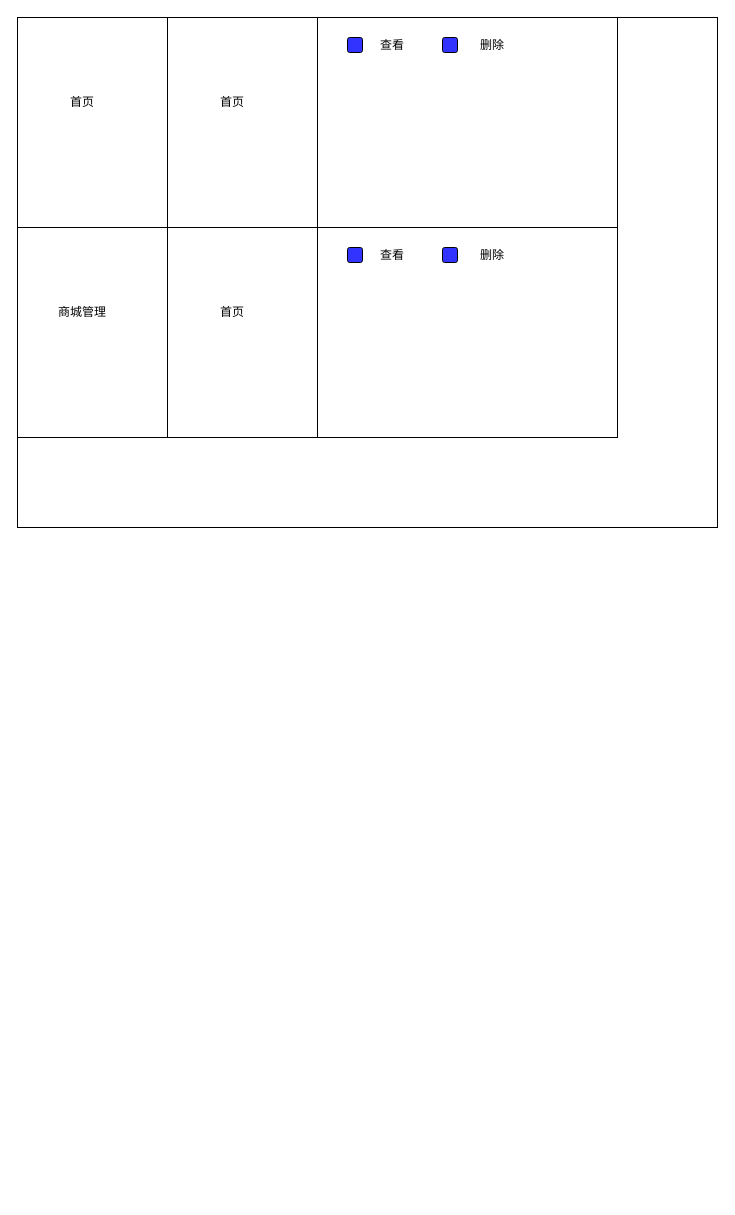
Before: vuejs6/src/view_admin/home/oss_草稿图1.drawio in astmain/sys_back_vue, a draw.io diagram. Source tidied: cells renumbered, new cells numbered last; positions are measured from the earlier drawing's top-left corner, leaving out a move shared by most shapes. Both pictures are drawn from the tidied source at 100%, with x=0, y=0 at pixel (17, 17).
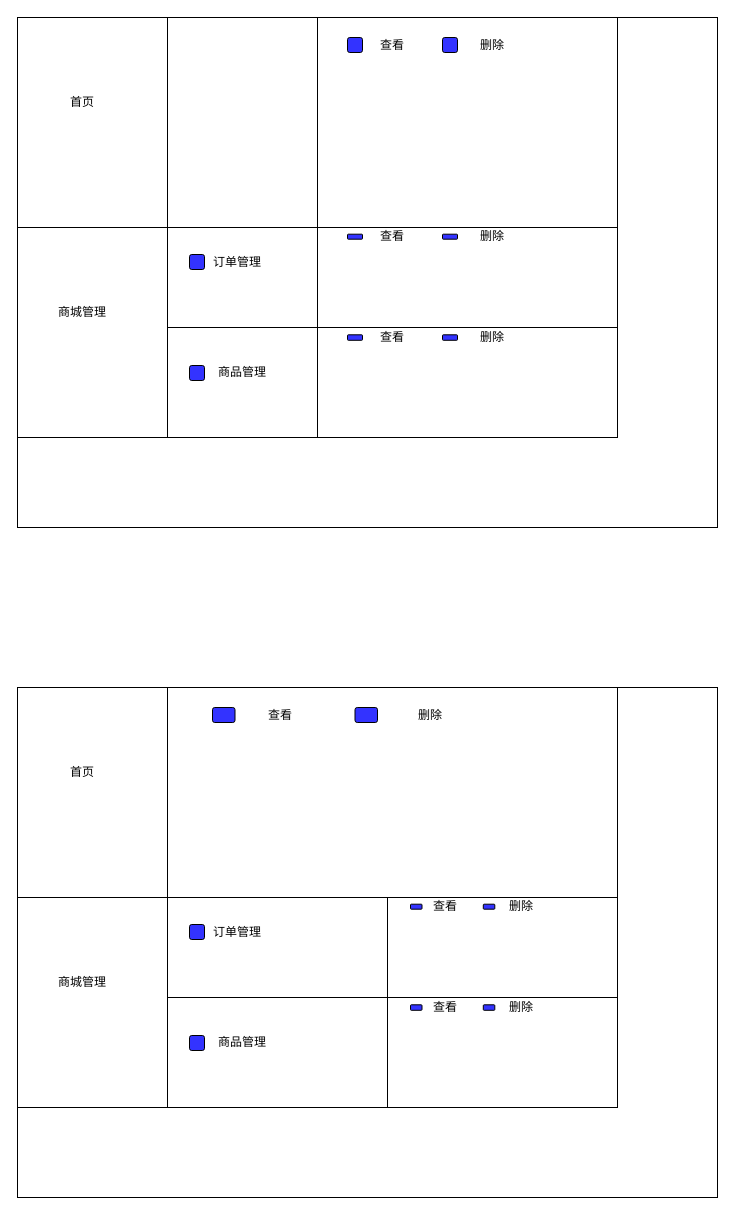
Above is the later version.

The edit, as a diff of the source:
```diff
@@
     <mxCell id="10" style="group;" parent="1" vertex="1">
-      <mxGeometry x="300" y="210" width="300" height="210" as="geometry" />
+      <mxGeometry x="300" y="210" width="300" height="100" as="geometry" />
     </mxCell>
     <mxCell id="11" style="rounded=0;whiteSpace=wrap;html=1;" parent="10" vertex="1">
-      <mxGeometry width="300" height="210" as="geometry" />
+      <mxGeometry width="300" height="100" as="geometry" />
     </mxCell>
     <mxCell id="12" style="group;" parent="10" vertex="1">
-      <mxGeometry x="30" y="20" width="175" height="15" as="geometry" />
+      <mxGeometry x="30" y="6.7" width="175" height="5" as="geometry" />
     </mxCell>
     <mxCell id="13" value="删除" style="text;html=1;align=center;verticalAlign=middle;whiteSpace=wrap;rounded=0;" parent="12" vertex="1">
-      <mxGeometry x="115" width="60" height="15" as="geometry" />
+      <mxGeometry x="115" width="60" height="5" as="geometry" />
     </mxCell>
     <mxCell id="14" style="rounded=1;whiteSpace=wrap;html=1;fillColor=#3333FF;" parent="12" vertex="1">
-      <mxGeometry x="95" width="15" height="15" as="geometry" />
+      <mxGeometry x="95" width="15" height="5" as="geometry" />
     </mxCell>
     <mxCell id="15" value="查看" style="text;html=1;align=center;verticalAlign=middle;whiteSpace=wrap;rounded=0;" parent="12" vertex="1">
-      <mxGeometry x="15" width="60" height="15" as="geometry" />
+      <mxGeometry x="15" width="60" height="5" as="geometry" />
     </mxCell>
     <mxCell id="16" style="rounded=1;whiteSpace=wrap;html=1;fillColor=#3333FF;" parent="12" vertex="1">
-      <mxGeometry width="15" height="15" as="geometry" />
+      <mxGeometry width="15" height="5" as="geometry" />
     </mxCell>
@@
-    <mxCell id="23" style="group;" parent="1" vertex="1">
-      <mxGeometry x="150" y="210" width="150" height="210" as="geometry" />
-    </mxCell>
+    <mxCell id="26" style="group;" parent="1" vertex="1">
+      <mxGeometry x="150" width="150" height="210" as="geometry" />
+    </mxCell>
+    <mxCell id="27" style="rounded=0;whiteSpace=wrap;html=1;" parent="26" vertex="1">
+      <mxGeometry width="150" height="210" as="geometry" />
+    </mxCell>
-    <mxCell id="24" style="rounded=0;whiteSpace=wrap;html=1;" parent="23" vertex="1">
-      <mxGeometry width="150" height="210" as="geometry" />
+    <mxCell id="24" style="rounded=0;whiteSpace=wrap;html=1;" parent="1" vertex="1">
+      <mxGeometry x="150" y="210" width="150" height="100" as="geometry" />
     </mxCell>
-    <mxCell id="25" value="首页" style="text;html=1;align=center;verticalAlign=middle;whiteSpace=wrap;rounded=0;" parent="23" vertex="1">
-      <mxGeometry x="35" y="70" width="60" height="30" as="geometry" />
+    <mxCell id="25" value="订单管理" style="text;html=1;align=center;verticalAlign=middle;whiteSpace=wrap;rounded=0;" parent="1" vertex="1">
+      <mxGeometry x="190" y="230" width="60" height="30" as="geometry" />
     </mxCell>
-    <mxCell id="26" style="group;" parent="1" vertex="1">
-      <mxGeometry x="150" width="150" height="210" as="geometry" />
-    </mxCell>
-    <mxCell id="27" style="rounded=0;whiteSpace=wrap;html=1;" parent="26" vertex="1">
-      <mxGeometry width="150" height="210" as="geometry" />
-    </mxCell>
+    <mxCell id="29" style="rounded=0;whiteSpace=wrap;html=1;" parent="1" vertex="1">
+      <mxGeometry x="150" y="310" width="150" height="110" as="geometry" />
+    </mxCell>
+    <mxCell id="30" value="商品管理" style="text;html=1;align=center;verticalAlign=middle;whiteSpace=wrap;rounded=0;" parent="1" vertex="1">
+      <mxGeometry x="195" y="340" width="60" height="30" as="geometry" />
+    </mxCell>
+    <mxCell id="31" style="group;" parent="1" vertex="1">
+      <mxGeometry x="300" y="310" width="300" height="110" as="geometry" />
+    </mxCell>
+    <mxCell id="32" style="rounded=0;whiteSpace=wrap;html=1;" parent="31" vertex="1">
+      <mxGeometry width="300" height="110" as="geometry" />
+    </mxCell>
+    <mxCell id="33" style="group;" parent="31" vertex="1">
+      <mxGeometry x="30" y="7.3" width="175" height="5.5" as="geometry" />
+    </mxCell>
+    <mxCell id="34" value="删除" style="text;html=1;align=center;verticalAlign=middle;whiteSpace=wrap;rounded=0;" parent="33" vertex="1">
+      <mxGeometry x="115" width="60" height="5.5" as="geometry" />
+    </mxCell>
+    <mxCell id="35" style="rounded=1;whiteSpace=wrap;html=1;fillColor=#3333FF;" parent="33" vertex="1">
+      <mxGeometry x="95" width="15" height="5.5" as="geometry" />
+    </mxCell>
+    <mxCell id="36" value="查看" style="text;html=1;align=center;verticalAlign=middle;whiteSpace=wrap;rounded=0;" parent="33" vertex="1">
+      <mxGeometry x="15" width="60" height="5.5" as="geometry" />
+    </mxCell>
+    <mxCell id="37" style="rounded=1;whiteSpace=wrap;html=1;fillColor=#3333FF;" parent="33" vertex="1">
+      <mxGeometry width="15" height="5.5" as="geometry" />
+    </mxCell>
+    <mxCell id="38" style="rounded=1;whiteSpace=wrap;html=1;fillColor=#3333FF;" parent="1" vertex="1">
+      <mxGeometry x="172" y="237" width="15" height="15" as="geometry" />
+    </mxCell>
+    <mxCell id="39" style="rounded=1;whiteSpace=wrap;html=1;fillColor=#3333FF;" parent="1" vertex="1">
+      <mxGeometry x="172" y="348" width="15" height="15" as="geometry" />
+    </mxCell>
+    <mxCell id="40" style="rounded=0;whiteSpace=wrap;html=1;" parent="1" vertex="1">
+      <mxGeometry y="670" width="700" height="510" as="geometry" />
+    </mxCell>
+    <mxCell id="41" style="group;" parent="1" vertex="1">
+      <mxGeometry x="150" y="670" width="450" height="210" as="geometry" />
+    </mxCell>
+    <mxCell id="42" style="rounded=0;whiteSpace=wrap;html=1;" parent="41" vertex="1">
+      <mxGeometry width="450" height="210" as="geometry" />
+    </mxCell>
+    <mxCell id="43" style="group;" parent="41" vertex="1">
+      <mxGeometry x="45" y="20" width="262.5" height="15" as="geometry" />
+    </mxCell>
+    <mxCell id="44" value="删除" style="text;html=1;align=center;verticalAlign=middle;whiteSpace=wrap;rounded=0;" parent="43" vertex="1">
+      <mxGeometry x="172.5" width="90" height="15" as="geometry" />
+    </mxCell>
+    <mxCell id="45" style="rounded=1;whiteSpace=wrap;html=1;fillColor=#3333FF;" parent="43" vertex="1">
+      <mxGeometry x="142.5" width="22.5" height="15" as="geometry" />
+    </mxCell>
+    <mxCell id="46" value="查看" style="text;html=1;align=center;verticalAlign=middle;whiteSpace=wrap;rounded=0;" parent="43" vertex="1">
+      <mxGeometry x="22.5" width="90" height="15" as="geometry" />
+    </mxCell>
+    <mxCell id="47" style="rounded=1;whiteSpace=wrap;html=1;fillColor=#3333FF;" parent="43" vertex="1">
+      <mxGeometry width="22.5" height="15" as="geometry" />
+    </mxCell>
+    <mxCell id="48" style="group;" parent="1" vertex="1">
+      <mxGeometry x="370" y="880" width="230" height="100" as="geometry" />
+    </mxCell>
+    <mxCell id="49" style="rounded=0;whiteSpace=wrap;html=1;" parent="48" vertex="1">
+      <mxGeometry width="230" height="100" as="geometry" />
+    </mxCell>
+    <mxCell id="50" style="group;" parent="48" vertex="1">
+      <mxGeometry x="23" y="6.7" width="134.2" height="5" as="geometry" />
+    </mxCell>
+    <mxCell id="51" value="删除" style="text;html=1;align=center;verticalAlign=middle;whiteSpace=wrap;rounded=0;" parent="50" vertex="1">
+      <mxGeometry x="88.2" width="46" height="5" as="geometry" />
+    </mxCell>
+    <mxCell id="52" style="rounded=1;whiteSpace=wrap;html=1;fillColor=#3333FF;" parent="50" vertex="1">
+      <mxGeometry x="72.8" width="11.5" height="5" as="geometry" />
+    </mxCell>
+    <mxCell id="53" value="查看" style="text;html=1;align=center;verticalAlign=middle;whiteSpace=wrap;rounded=0;" parent="50" vertex="1">
+      <mxGeometry x="11.5" width="46" height="5" as="geometry" />
+    </mxCell>
+    <mxCell id="54" style="rounded=1;whiteSpace=wrap;html=1;fillColor=#3333FF;" parent="50" vertex="1">
+      <mxGeometry width="11.5" height="5" as="geometry" />
+    </mxCell>
+    <mxCell id="55" style="group;" parent="1" vertex="1">
+      <mxGeometry y="670" width="150" height="420" as="geometry" />
+    </mxCell>
+    <mxCell id="56" style="rounded=0;whiteSpace=wrap;html=1;" parent="55" vertex="1">
+      <mxGeometry width="150" height="210" as="geometry" />
+    </mxCell>
-    <mxCell id="28" value="首页" style="text;html=1;align=center;verticalAlign=middle;whiteSpace=wrap;rounded=0;" parent="26" vertex="1">
+    <mxCell id="28" value="首页" style="text;html=1;align=center;verticalAlign=middle;whiteSpace=wrap;rounded=0;" parent="55" vertex="1">
       <mxGeometry x="35" y="70" width="60" height="30" as="geometry" />
     </mxCell>
+    <mxCell id="57" style="group;" parent="55" vertex="1">
+      <mxGeometry y="210" width="150" height="210" as="geometry" />
+    </mxCell>
+    <mxCell id="58" style="rounded=0;whiteSpace=wrap;html=1;" parent="57" vertex="1">
+      <mxGeometry width="150" height="210" as="geometry" />
+    </mxCell>
+    <mxCell id="59" value="商城管理" style="text;html=1;align=center;verticalAlign=middle;whiteSpace=wrap;rounded=0;" parent="57" vertex="1">
+      <mxGeometry x="35" y="70" width="60" height="30" as="geometry" />
+    </mxCell>
+    <mxCell id="60" style="rounded=0;whiteSpace=wrap;html=1;" parent="1" vertex="1">
+      <mxGeometry x="150" y="880" width="220" height="100" as="geometry" />
+    </mxCell>
+    <mxCell id="61" value="订单管理" style="text;html=1;align=center;verticalAlign=middle;whiteSpace=wrap;rounded=0;" parent="1" vertex="1">
+      <mxGeometry x="190" y="900" width="60" height="30" as="geometry" />
+    </mxCell>
+    <mxCell id="62" style="rounded=0;whiteSpace=wrap;html=1;" parent="1" vertex="1">
+      <mxGeometry x="150" y="980" width="220" height="110" as="geometry" />
+    </mxCell>
+    <mxCell id="63" value="商品管理" style="text;html=1;align=center;verticalAlign=middle;whiteSpace=wrap;rounded=0;" parent="1" vertex="1">
+      <mxGeometry x="195" y="1010" width="60" height="30" as="geometry" />
+    </mxCell>
+    <mxCell id="64" style="group;" parent="1" vertex="1">
+      <mxGeometry x="370" y="980" width="230" height="110" as="geometry" />
+    </mxCell>
+    <mxCell id="65" style="rounded=0;whiteSpace=wrap;html=1;" parent="64" vertex="1">
+      <mxGeometry width="230" height="110" as="geometry" />
+    </mxCell>
+    <mxCell id="66" style="group;" parent="64" vertex="1">
+      <mxGeometry x="23" y="7.3" width="134.2" height="5.5" as="geometry" />
+    </mxCell>
+    <mxCell id="67" value="删除" style="text;html=1;align=center;verticalAlign=middle;whiteSpace=wrap;rounded=0;" parent="66" vertex="1">
+      <mxGeometry x="88.2" width="46" height="5.5" as="geometry" />
+    </mxCell>
+    <mxCell id="68" style="rounded=1;whiteSpace=wrap;html=1;fillColor=#3333FF;" parent="66" vertex="1">
+      <mxGeometry x="72.8" width="11.5" height="5.5" as="geometry" />
+    </mxCell>
+    <mxCell id="69" value="查看" style="text;html=1;align=center;verticalAlign=middle;whiteSpace=wrap;rounded=0;" parent="66" vertex="1">
+      <mxGeometry x="11.5" width="46" height="5.5" as="geometry" />
+    </mxCell>
+    <mxCell id="70" style="rounded=1;whiteSpace=wrap;html=1;fillColor=#3333FF;" parent="66" vertex="1">
+      <mxGeometry width="11.5" height="5.5" as="geometry" />
+    </mxCell>
+    <mxCell id="71" style="rounded=1;whiteSpace=wrap;html=1;fillColor=#3333FF;" parent="1" vertex="1">
+      <mxGeometry x="172" y="907" width="15" height="15" as="geometry" />
+    </mxCell>
+    <mxCell id="72" style="rounded=1;whiteSpace=wrap;html=1;fillColor=#3333FF;" parent="1" vertex="1">
+      <mxGeometry x="172" y="1018" width="15" height="15" as="geometry" />
+    </mxCell>
```
